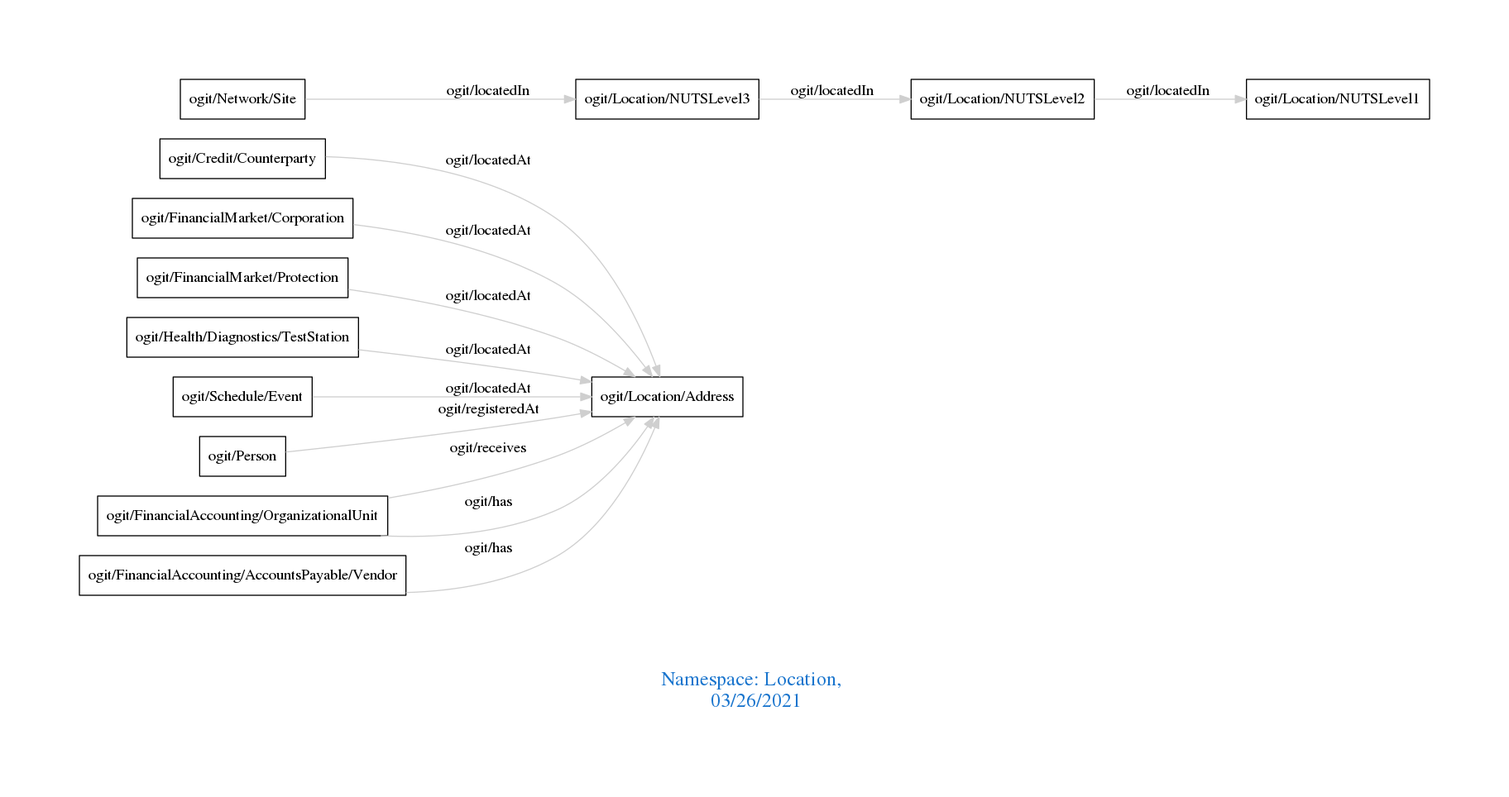
Before: downloads/Location.png, a diagram exported from Graphviz (arago/OGIT). Its source is kept beside it as downloads/Location.dot.
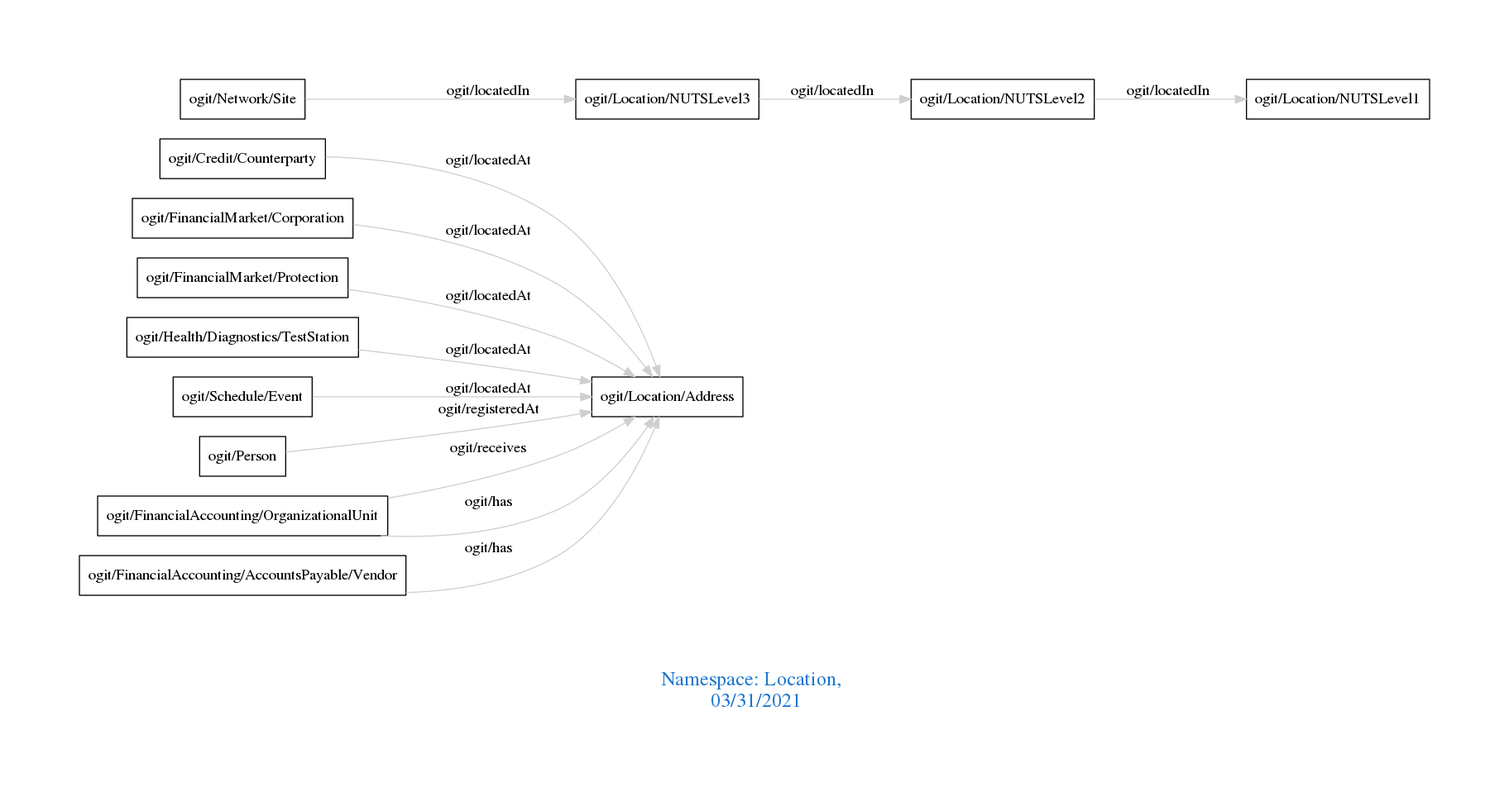
After the commit.

What changed in the source:
```diff
@@ -1,7 +1,7 @@
 digraph OGIT_ontology {
  graph [ rankdir= LR,pad=1
 fontsize = 18,
-fontcolor= dodgerblue3,label = "\n\n\nNamespace: Location, \n 03/26/2021"];
+fontcolor= dodgerblue3,label = "\n\n\nNamespace: Location, \n 03/31/2021"];
 node[shape=polygon];
 edge [  color="gray81"];
 
```
